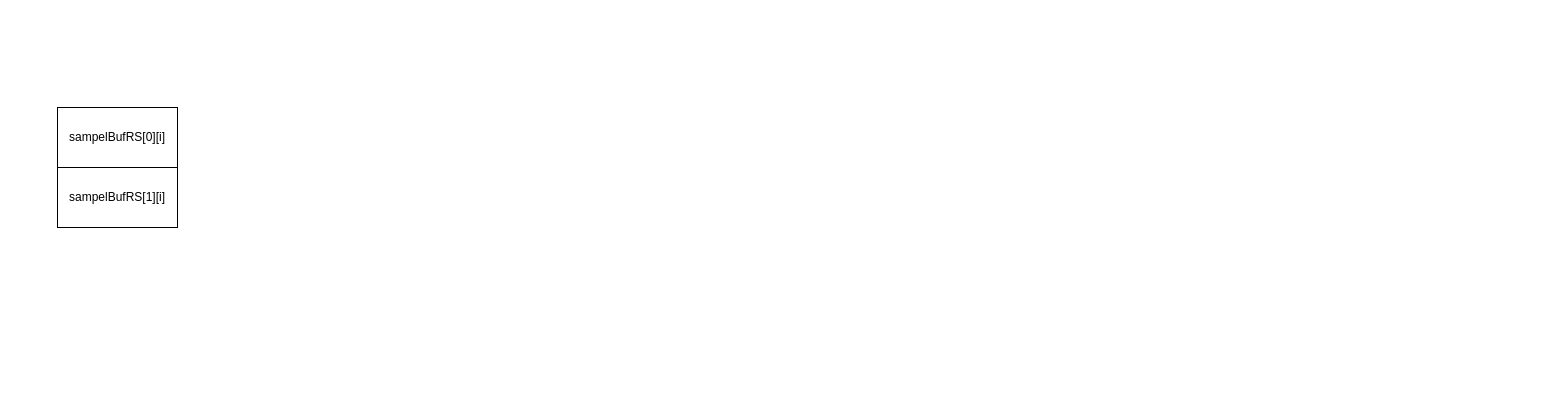
Above: Mps212.drawio in xdzqyyds/draw.io (draw.io), before the change. Source tidied: cells renumbered, new cells numbered last; positions are measured from the earlier drawing's top-left corner, leaving out a move shared by most shapes. Both pictures are drawn from the tidied source at 100%, with x=0, y=0 at pixel (57, 107).
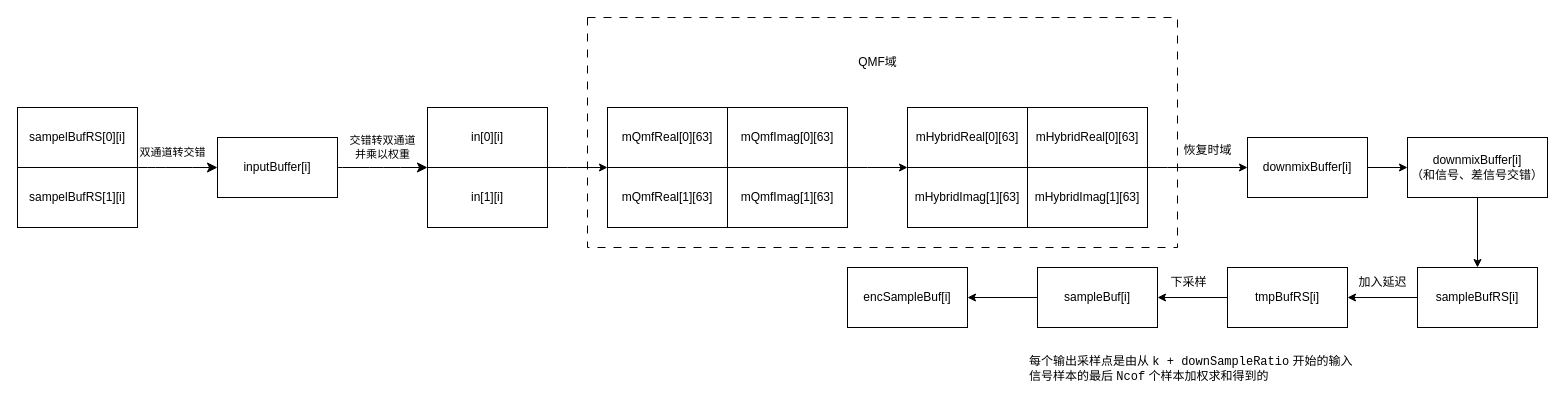
The same page after the edit.

Change to the diagram source:
```diff
@@
+    <mxCell id="4" style="group;" parent="1" vertex="1">
+      <mxGeometry x="-40" width="120" height="120" as="geometry" />
+    </mxCell>
-    <mxCell id="2" value="sampelBufRS[0][i]" style="rounded=0;whiteSpace=wrap;html=1;" parent="1" vertex="1">
+    <mxCell id="2" value="sampelBufRS[0][i]" style="rounded=0;whiteSpace=wrap;html=1;" parent="4" vertex="1">
       <mxGeometry width="120" height="60" as="geometry" />
     </mxCell>
-    <mxCell id="3" value="sampelBufRS[1][i]" style="rounded=0;whiteSpace=wrap;html=1;" parent="1" vertex="1">
+    <mxCell id="3" value="sampelBufRS[1][i]" style="rounded=0;whiteSpace=wrap;html=1;" parent="4" vertex="1">
       <mxGeometry y="60" width="120" height="60" as="geometry" />
     </mxCell>
+    <mxCell id="5" style="edgeStyle=none;curved=1;rounded=0;jettySize=auto;html=1;fontSize=12;startSize=8;endSize=8;entryX=0;entryY=0;entryDx=0;entryDy=0;" parent="1" edge="1" source="6" target="11">
+      <mxGeometry relative="1" as="geometry" />
+    </mxCell>
+    <mxCell id="6" value="inputBuffer[i]" style="whiteSpace=wrap;html=1;rounded=0;" parent="1" vertex="1">
+      <mxGeometry x="160" y="30" width="120" height="60" as="geometry" />
+    </mxCell>
+    <mxCell id="7" style="edgeStyle=none;curved=1;rounded=0;jettySize=auto;html=1;fontSize=12;startSize=8;endSize=8;exitX=1;exitY=1;exitDx=0;exitDy=0;" parent="1" edge="1" source="2" target="6">
+      <mxGeometry relative="1" as="geometry" />
+    </mxCell>
+    <mxCell id="8" value="双通道转交错" style="text;html=1;align=center;verticalAlign=middle;strokeColor=none;fillColor=none;fontSize=11;" parent="1" vertex="1">
+      <mxGeometry x="70" y="30" width="90" height="30" as="geometry" />
+    </mxCell>
+    <mxCell id="9" style="group;" parent="1" vertex="1">
+      <mxGeometry x="370" width="120" height="120" as="geometry" />
+    </mxCell>
+    <mxCell id="10" value="in[0][i]" style="rounded=0;whiteSpace=wrap;html=1;" parent="9" vertex="1">
+      <mxGeometry width="120" height="60" as="geometry" />
+    </mxCell>
+    <mxCell id="11" value="in[1][i]" style="rounded=0;whiteSpace=wrap;html=1;" parent="9" vertex="1">
+      <mxGeometry y="60" width="120" height="60" as="geometry" />
+    </mxCell>
+    <mxCell id="12" value="交错转双通道&lt;div&gt;并乘以权重&lt;/div&gt;" style="text;html=1;align=center;verticalAlign=middle;strokeColor=none;fillColor=none;fontSize=11;" parent="1" vertex="1">
+      <mxGeometry x="280" y="20" width="90" height="40" as="geometry" />
+    </mxCell>
+    <mxCell id="13" style="group;" parent="1" vertex="1">
+      <mxGeometry x="550" width="240" height="120" as="geometry" />
+    </mxCell>
+    <mxCell id="14" value="mQmfReal[0][63]" style="rounded=0;whiteSpace=wrap;html=1;" parent="13" vertex="1">
+      <mxGeometry width="120" height="60" as="geometry" />
+    </mxCell>
+    <mxCell id="15" value="mQmfReal[1][63]" style="rounded=0;whiteSpace=wrap;html=1;" parent="13" vertex="1">
+      <mxGeometry y="60" width="120" height="60" as="geometry" />
+    </mxCell>
+    <mxCell id="16" value="mQmfImag[0][63]" style="rounded=0;whiteSpace=wrap;html=1;" parent="13" vertex="1">
+      <mxGeometry x="120" width="120" height="60" as="geometry" />
+    </mxCell>
+    <mxCell id="17" value="mQmfImag[1][63]" style="rounded=0;whiteSpace=wrap;html=1;" parent="13" vertex="1">
+      <mxGeometry x="120" y="60" width="120" height="60" as="geometry" />
+    </mxCell>
+    <mxCell id="18" style="edgeStyle=orthogonalEdgeStyle;rounded=0;jettySize=auto;html=1;" parent="1" edge="1" source="10" target="15">
+      <mxGeometry relative="1" as="geometry">
+        <Array as="points">
+          <mxPoint x="510" y="60" />
+          <mxPoint x="510" y="60" />
+        </Array>
+      </mxGeometry>
+    </mxCell>
+    <mxCell id="19" style="group;" parent="1" vertex="1">
+      <mxGeometry x="850" width="240" height="120" as="geometry" />
+    </mxCell>
+    <mxCell id="20" value="mHybridReal[0][63]" style="rounded=0;whiteSpace=wrap;html=1;" parent="19" vertex="1">
+      <mxGeometry width="120" height="60" as="geometry" />
+    </mxCell>
+    <mxCell id="21" value="mHybridImag[1][63]" style="rounded=0;whiteSpace=wrap;html=1;" parent="19" vertex="1">
+      <mxGeometry y="60" width="120" height="60" as="geometry" />
+    </mxCell>
+    <mxCell id="22" value="mHybridReal[0][63]" style="rounded=0;whiteSpace=wrap;html=1;" parent="19" vertex="1">
+      <mxGeometry x="120" width="120" height="60" as="geometry" />
+    </mxCell>
+    <mxCell id="23" value="mHybridImag[1][63]" style="rounded=0;whiteSpace=wrap;html=1;" parent="19" vertex="1">
+      <mxGeometry x="120" y="60" width="120" height="60" as="geometry" />
+    </mxCell>
+    <mxCell id="24" style="edgeStyle=orthogonalEdgeStyle;rounded=0;jettySize=auto;html=1;" parent="1" edge="1" source="16" target="21">
+      <mxGeometry relative="1" as="geometry">
+        <Array as="points">
+          <mxPoint x="810" y="60" />
+          <mxPoint x="810" y="60" />
+        </Array>
+      </mxGeometry>
+    </mxCell>
+    <mxCell id="25" value="QMF域" style="text;html=1;align=center;verticalAlign=middle;strokeColor=none;fillColor=none;" parent="1" vertex="1">
+      <mxGeometry x="790" y="-60" width="60" height="30" as="geometry" />
+    </mxCell>
+    <mxCell id="26" style="edgeStyle=orthogonalEdgeStyle;rounded=0;jettySize=auto;html=1;" parent="1" edge="1" source="27">
+      <mxGeometry relative="1" as="geometry">
+        <mxPoint x="1350" y="60" as="targetPoint" />
+        <Array as="points">
+          <mxPoint x="1310" y="60" />
+          <mxPoint x="1310" y="60" />
+        </Array>
+      </mxGeometry>
+    </mxCell>
+    <mxCell id="27" value="downmixBuffer[i]" style="whiteSpace=wrap;html=1;rounded=0;" parent="1" vertex="1">
+      <mxGeometry x="1190" y="30" width="120" height="60" as="geometry" />
+    </mxCell>
+    <mxCell id="28" style="whiteSpace=wrap;html=1;fillColor=none;dashed=1;dashPattern=8 8;" parent="1" vertex="1">
+      <mxGeometry x="530" y="-90" width="590" height="230" as="geometry" />
+    </mxCell>
+    <mxCell id="29" style="edgeStyle=orthogonalEdgeStyle;rounded=0;jettySize=auto;html=1;" parent="1" edge="1" source="22" target="27">
+      <mxGeometry relative="1" as="geometry">
+        <Array as="points">
+          <mxPoint x="1110" y="60" />
+          <mxPoint x="1110" y="60" />
+        </Array>
+      </mxGeometry>
+    </mxCell>
+    <mxCell id="30" style="edgeStyle=orthogonalEdgeStyle;rounded=0;jettySize=auto;html=1;" parent="1" edge="1" source="31" target="34">
+      <mxGeometry relative="1" as="geometry" />
+    </mxCell>
+    <mxCell id="31" value="sampleBufRS[i]" style="whiteSpace=wrap;html=1;rounded=0;" parent="1" vertex="1">
+      <mxGeometry x="1360" y="160" width="120" height="60" as="geometry" />
+    </mxCell>
+    <mxCell id="32" style="edgeStyle=orthogonalEdgeStyle;rounded=0;jettySize=auto;html=1;exitX=0.5;exitY=1;exitDx=0;exitDy=0;" parent="1" edge="1" source="36" target="31">
+      <mxGeometry relative="1" as="geometry" />
+    </mxCell>
+    <mxCell id="33" style="edgeStyle=orthogonalEdgeStyle;rounded=0;jettySize=auto;html=1;" parent="1" edge="1" source="34" target="38">
+      <mxGeometry relative="1" as="geometry" />
+    </mxCell>
+    <mxCell id="34" value="tmpBufRS[i]" style="whiteSpace=wrap;html=1;rounded=0;" parent="1" vertex="1">
+      <mxGeometry x="1170" y="160" width="120" height="60" as="geometry" />
+    </mxCell>
+    <mxCell id="35" value="加入延迟" style="text;html=1;align=center;verticalAlign=middle;strokeColor=none;fillColor=none;" parent="1" vertex="1">
+      <mxGeometry x="1290" y="160" width="70" height="30" as="geometry" />
+    </mxCell>
+    <mxCell id="36" value="downmixBuffer[i]&lt;div&gt;（和信号、差信号交错）&lt;/div&gt;" style="whiteSpace=wrap;html=1;rounded=0;" parent="1" vertex="1">
+      <mxGeometry x="1350" y="30" width="140" height="60" as="geometry" />
+    </mxCell>
+    <mxCell id="37" style="edgeStyle=orthogonalEdgeStyle;rounded=0;jettySize=auto;html=1;" parent="1" edge="1" source="38" target="41">
+      <mxGeometry relative="1" as="geometry" />
+    </mxCell>
+    <mxCell id="38" value="sampleBuf[i]" style="whiteSpace=wrap;html=1;rounded=0;" parent="1" vertex="1">
+      <mxGeometry x="980" y="160" width="120" height="60" as="geometry" />
+    </mxCell>
+    <mxCell id="39" value="下采样" style="text;html=1;align=center;verticalAlign=middle;strokeColor=none;fillColor=none;" parent="1" vertex="1">
+      <mxGeometry x="1100.5" y="160" width="60" height="30" as="geometry" />
+    </mxCell>
+    <mxCell id="40" value="恢复时域" style="text;html=1;align=center;verticalAlign=middle;strokeColor=none;fillColor=none;" parent="1" vertex="1">
+      <mxGeometry x="1115" y="28" width="70" height="30" as="geometry" />
+    </mxCell>
+    <mxCell id="41" value="encSampleBuf[i]" style="whiteSpace=wrap;html=1;rounded=0;" parent="1" vertex="1">
+      <mxGeometry x="790" y="160" width="120" height="60" as="geometry" />
+    </mxCell>
+    <mxCell id="42" value="每个输出采样点是由从 &lt;code&gt;k + downSampleRatio&lt;/code&gt; 开始的输入信号样本的最后 &lt;code&gt;Ncof&lt;/code&gt; 个样本加权求和得到的" style="text;whiteSpace=wrap;html=1;" parent="1" vertex="1">
+      <mxGeometry x="970" y="240" width="330" height="40" as="geometry" />
+    </mxCell>
```
